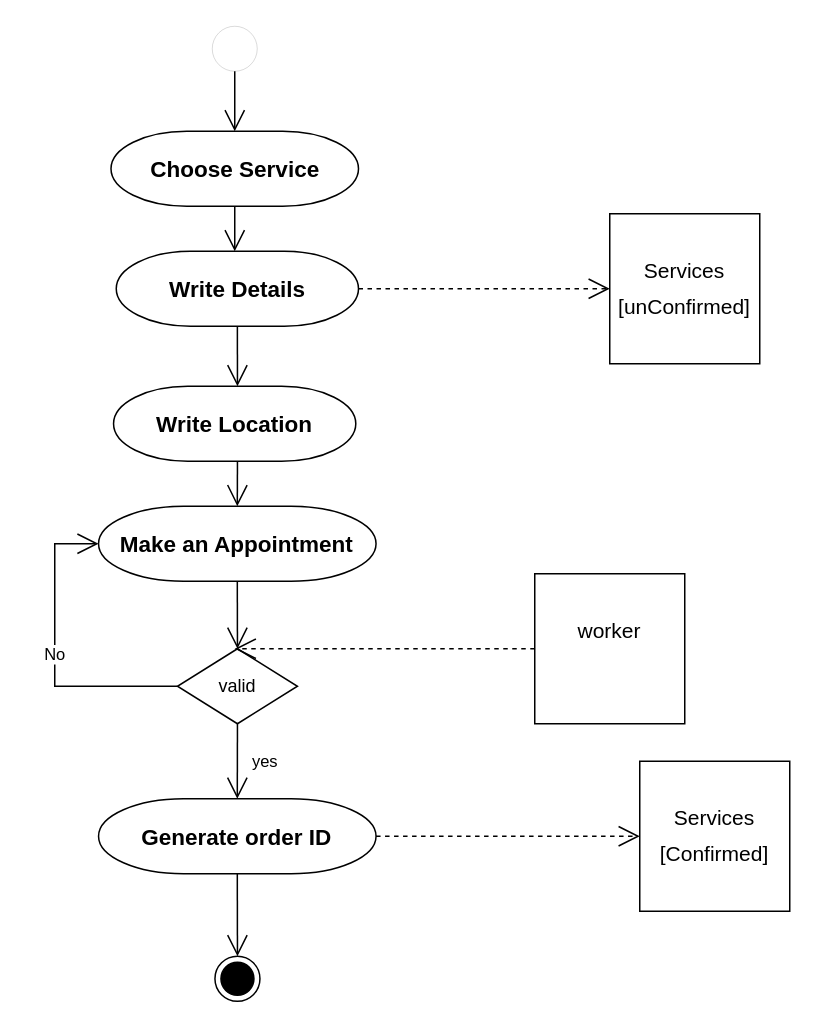
Before: page "Maintenence" (4 of 8) of Untitled Diagram.drawio in adhamfayrouzamf/drawio, a draw.io diagram. Source tidied: cells renumbered, new cells numbered last; positions are measured from the earlier drawing's top-left corner, leaving out a move shared by most shapes. Both pictures are drawn from the tidied source at 150%, with x=0, y=0 at pixel (54, 26).
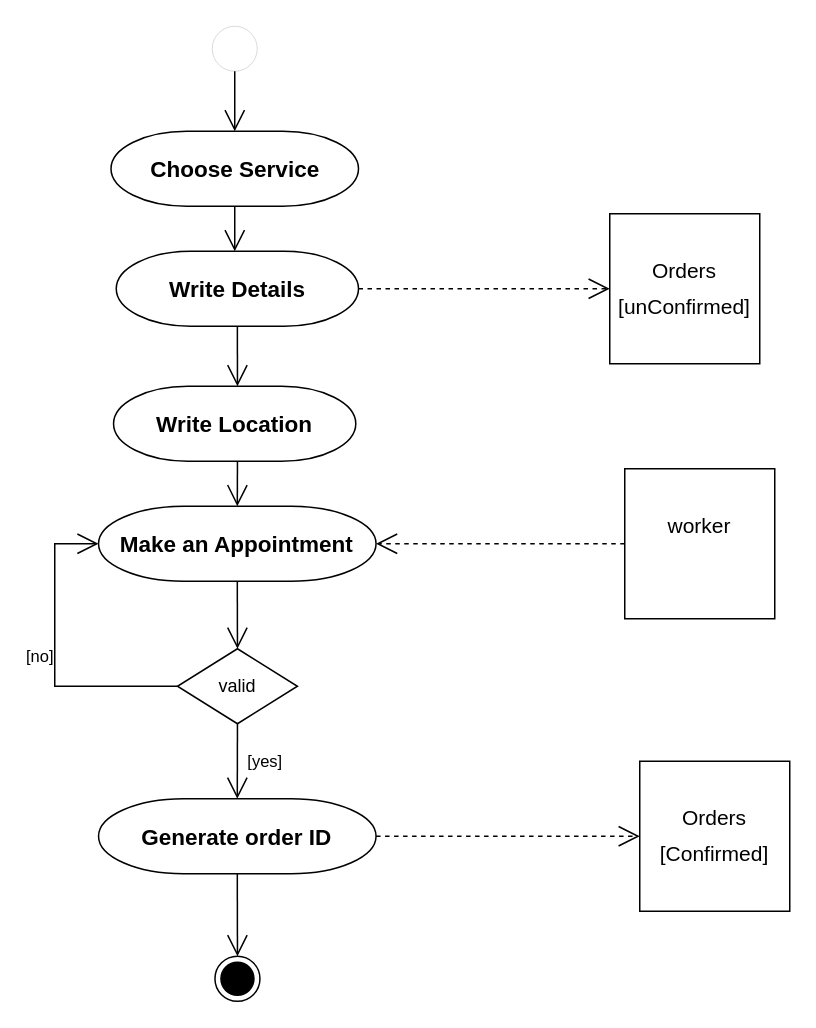
After the change.

The change refers to these unchanged cells:
```xml
<mxCell id="5" value="&lt;b&gt;&lt;font style=&quot;font-size: 15px&quot;&gt;Make an Appointment&lt;/font&gt;&lt;/b&gt;" style="strokeWidth=1;html=1;shape=mxgraph.flowchart.terminator;whiteSpace=wrap;shadow=0;glass=0;sketch=0;gradientColor=none;" parent="1" vertex="1">
  <mxGeometry x="29.2" y="320" width="185" height="50" as="geometry" />
</mxCell>
<mxCell id="6" value="valid" style="rhombus;whiteSpace=wrap;html=1;shadow=0;glass=0;labelBackgroundColor=default;sketch=0;strokeColor=default;strokeWidth=1;perimeterSpacing=0;" parent="1" vertex="1">
  <mxGeometry x="81.8" y="415" width="80" height="50" as="geometry" />
</mxCell>
<mxCell id="7" value="&lt;b&gt;&lt;font style=&quot;font-size: 15px&quot;&gt;Generate order ID&lt;/font&gt;&lt;/b&gt;" style="strokeWidth=1;html=1;shape=mxgraph.flowchart.terminator;whiteSpace=wrap;shadow=0;glass=0;sketch=0;gradientColor=none;" parent="1" vertex="1">
  <mxGeometry x="29.2" y="515" width="185" height="50" as="geometry" />
</mxCell>
```

What changed in the source:
```diff
@@
-    <mxCell id="13" value="&lt;p style=&quot;line-height: 1.7&quot;&gt;Services&lt;br&gt;[unConfirmed]&lt;/p&gt;" style="whiteSpace=wrap;html=1;rounded=0;shadow=0;glass=0;labelBackgroundColor=#FFFFFF;labelBorderColor=none;sketch=0;fontSize=14;fontColor=default;strokeColor=rgba(0, 0, 0, 1);strokeWidth=1;fillColor=default;gradientColor=none;" parent="1" vertex="1">
+    <mxCell id="13" value="&lt;p style=&quot;line-height: 1.7&quot;&gt;Orders&lt;br&gt;[unConfirmed]&lt;/p&gt;" style="whiteSpace=wrap;html=1;rounded=0;shadow=0;glass=0;labelBackgroundColor=#FFFFFF;labelBorderColor=none;sketch=0;fontSize=14;fontColor=default;strokeColor=rgba(0, 0, 0, 1);strokeWidth=1;fillColor=default;gradientColor=none;" parent="1" vertex="1">
       <mxGeometry x="370" y="125" width="100" height="100" as="geometry" />
     </mxCell>
@@
-    <mxCell id="16" value="No" style="endArrow=open;endFill=1;endSize=12;html=1;rounded=0;entryX=0;entryY=0.5;entryDx=0;entryDy=0;entryPerimeter=0;exitX=0;exitY=0.5;exitDx=0;exitDy=0;" parent="1" edge="1" source="6" target="5">
-      <mxGeometry relative="1" as="geometry">
+    <mxCell id="16" value="[no]" style="endArrow=open;endFill=1;endSize=12;html=1;rounded=0;entryX=0;entryY=0.5;entryDx=0;entryDy=0;entryPerimeter=0;exitX=0;exitY=0.5;exitDx=0;exitDy=0;" parent="1" edge="1" source="6" target="5">
+      <mxGeometry x="-0.01" y="10" relative="1" as="geometry">
         <Array as="points">
           <mxPoint y="440" />
           <mxPoint y="345" />
         </Array>
       </mxGeometry>
     </mxCell>
@@
-    <mxCell id="21" value="&lt;p style=&quot;line-height: 1.7&quot;&gt;Services&lt;br&gt;[Confirmed]&lt;/p&gt;" style="whiteSpace=wrap;html=1;rounded=0;shadow=0;glass=0;labelBackgroundColor=#FFFFFF;labelBorderColor=none;sketch=0;fontSize=14;fontColor=default;strokeColor=rgba(0, 0, 0, 1);strokeWidth=1;fillColor=default;gradientColor=none;" parent="1" vertex="1">
+    <mxCell id="21" value="&lt;p style=&quot;line-height: 1.7&quot;&gt;Orders&lt;br&gt;[Confirmed]&lt;/p&gt;" style="whiteSpace=wrap;html=1;rounded=0;shadow=0;glass=0;labelBackgroundColor=#FFFFFF;labelBorderColor=none;sketch=0;fontSize=14;fontColor=default;strokeColor=rgba(0, 0, 0, 1);strokeWidth=1;fillColor=default;gradientColor=none;" parent="1" vertex="1">
       <mxGeometry x="390" y="490" width="100" height="100" as="geometry" />
     </mxCell>
-    <mxCell id="22" value="yes" style="endArrow=open;endFill=1;endSize=12;html=1;rounded=0;entryX=0.5;entryY=0;entryDx=0;entryDy=0;exitX=0.5;exitY=1;exitDx=0;exitDy=0;entryPerimeter=0;" parent="1" edge="1" source="6" target="7">
+    <mxCell id="22" value="[yes]" style="endArrow=open;endFill=1;endSize=12;html=1;rounded=0;entryX=0.5;entryY=0;entryDx=0;entryDy=0;exitX=0.5;exitY=1;exitDx=0;exitDy=0;entryPerimeter=0;" parent="1" edge="1" source="6" target="7">
       <mxGeometry y="18" relative="1" as="geometry" />
     </mxCell>
     <mxCell id="23" value="&lt;p style=&quot;line-height: 1.7&quot;&gt;worker&lt;br&gt;&lt;br&gt;&lt;/p&gt;" style="whiteSpace=wrap;html=1;rounded=0;shadow=0;glass=0;labelBackgroundColor=#FFFFFF;labelBorderColor=none;sketch=0;fontSize=14;fontColor=default;strokeColor=rgba(0, 0, 0, 1);strokeWidth=1;fillColor=default;gradientColor=none;" parent="1" vertex="1">
-      <mxGeometry x="320" y="365" width="100" height="100" as="geometry" />
+      <mxGeometry x="380" y="295" width="100" height="100" as="geometry" />
     </mxCell>
-    <mxCell id="24" style="endArrow=open;endSize=12;dashed=1;html=1;rounded=0;fontSize=14;fontColor=default;exitX=0;exitY=0.5;exitDx=0;exitDy=0;" parent="1" edge="1" source="23">
-      <mxGeometry relative="1" as="geometry">
-        <mxPoint x="120" y="415" as="targetPoint" />
-      </mxGeometry>
+    <mxCell id="24" style="endArrow=open;endSize=12;dashed=1;html=1;rounded=0;fontSize=14;fontColor=default;exitX=0;exitY=0.5;exitDx=0;exitDy=0;entryX=1;entryY=0.5;entryDx=0;entryDy=0;entryPerimeter=0;" parent="1" edge="1" source="23" target="5">
+      <mxGeometry relative="1" as="geometry" />
     </mxCell>
```
